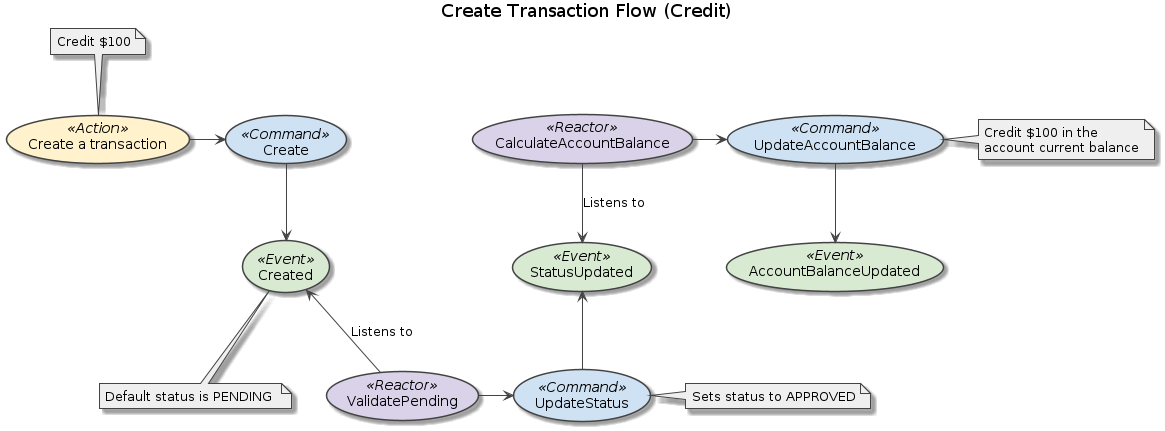
wcalderipe/ma-banque keeps this PlantUML diagram as docs/rendered-flow_create_transaction.png. Above is the earlier version.
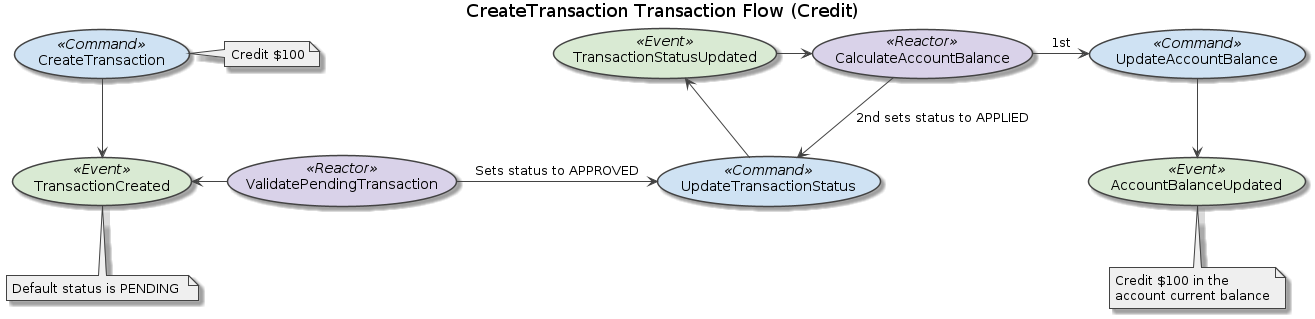
The same file after the commit.

Commit message:
Update create transaction flow chart

This commit includes the call from the calculate balance reactor to
update transaction status command with "applied".

For the record, this kind of diagram lacks a proper way to express the
order in which arrows go out of a balloon.

Diff of the diagram source:
```diff
@@ -18,40 +18,41 @@
 }
 
 
-title Create Transaction Flow (Credit)
+title CreateTransaction Transaction Flow (Credit)
 
-(Create a transaction) << Action >>
-(Create) << Command >>
-(Created) << Event >>
-(ValidatePending) << Reactor >>
-(UpdateStatus) << Command >>
-(StatusUpdated) << Event >>
+(CreateTransaction) << Command >>
+(TransactionCreated) << Event >>
+(ValidatePendingTransaction) << Reactor >>
+(UpdateTransactionStatus) << Command >>
+(TransactionStatusUpdated) << Event >>
 (CalculateAccountBalance) << Reactor >>
 (UpdateAccountBalance) << Command >>
 (AccountBalanceUpdated) << Event >>
 
-(Create a transaction) -> (Create)
-note top of (Create a transaction)
+(CreateTransaction) --> (TransactionCreated)
+note right of (CreateTransaction)
     Credit $100
 end note
-
-(Create) --> (Created)
-note bottom of (Created)
+note bottom of (TransactionCreated)
     Default status is PENDING
 end note
-(Created) <-- (ValidatePending) : Listens to
-(ValidatePending) -> (UpdateStatus)
-(StatusUpdated) <-- (UpdateStatus)
-note right of (UpdateStatus)
-    Sets status to APPROVED
-end note
 
-(CalculateAccountBalance) --> (StatusUpdated) : Listens to
-(CalculateAccountBalance) -> (UpdateAccountBalance)
-note right of (UpdateAccountBalance)
+(TransactionCreated) <- (ValidatePendingTransaction)
+
+(ValidatePendingTransaction) -> (UpdateTransactionStatus) : Sets status to APPROVED
+
+(TransactionStatusUpdated) <-- (UpdateTransactionStatus)
+
+(TransactionStatusUpdated) -> (CalculateAccountBalance)
+
+(CalculateAccountBalance) -> (UpdateAccountBalance) : 1st
+
+(UpdateAccountBalance) --> (AccountBalanceUpdated)
+note bottom of (AccountBalanceUpdated)
     Credit $100 in the
     account current balance
 end note
-(UpdateAccountBalance) --> (AccountBalanceUpdated)
+
+(CalculateAccountBalance) -> (UpdateTransactionStatus) : 2nd sets status to APPLIED
 
 @enduml
```
